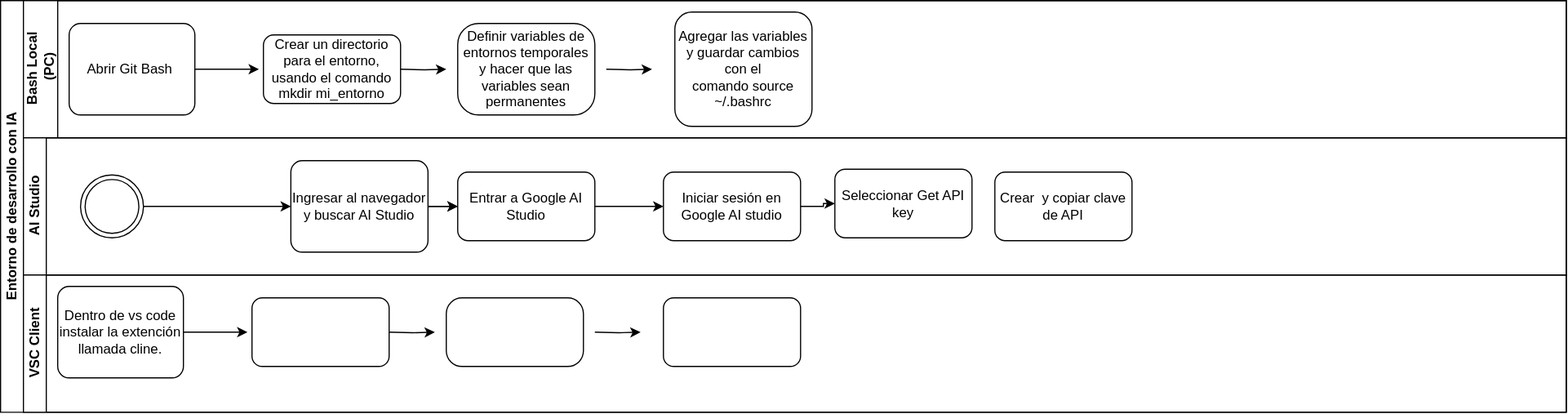
Before: systems_analysis/eva2/crear-env-vars-gitbash-windows.drawio.svg, a diagram exported from draw.io (cdvelop/aiep). Source tidied: cells renumbered, new cells last; positions are measured from the earlier drawing's top-left corner, leaving out a move shared by most shapes.
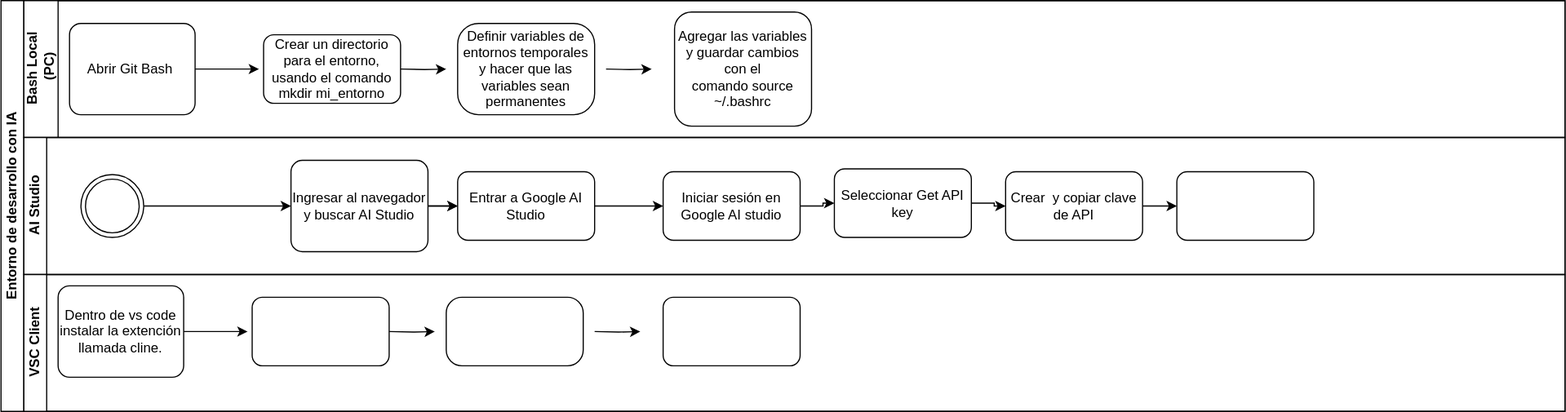
Above is the later version.

Change to the diagram source:
```diff
@@ -44,6 +44,9 @@
     <mxCell id="15" value="Iniciar sesión en Google AI studio" style="rounded=1;whiteSpace=wrap;html=1;" parent="8" vertex="1">
       <mxGeometry x="560" y="30" width="120" height="60" as="geometry" />
     </mxCell>
+    <mxCell id="31" style="edgeStyle=orthogonalEdgeStyle;rounded=0;jettySize=auto;html=1;entryX=0;entryY=0.5;entryDx=0;entryDy=0;" parent="8" edge="1" source="16" target="19">
+      <mxGeometry relative="1" as="geometry" />
+    </mxCell>
     <mxCell id="16" value="Seleccionar Get API key" style="rounded=1;whiteSpace=wrap;html=1;" parent="8" vertex="1">
       <mxGeometry x="710" y="27.5" width="120" height="60" as="geometry" />
     </mxCell>
@@ -53,9 +56,15 @@
     <mxCell id="18" style="ellipse;shape=doubleEllipse;whiteSpace=wrap;html=1;" parent="8" vertex="1">
       <mxGeometry x="50" y="32.5" width="55" height="55" as="geometry" />
     </mxCell>
+    <mxCell id="32" style="edgeStyle=orthogonalEdgeStyle;rounded=0;jettySize=auto;html=1;entryX=0;entryY=0.5;entryDx=0;entryDy=0;" parent="8" edge="1" source="19" target="33">
+      <mxGeometry relative="1" as="geometry" />
+    </mxCell>
     <mxCell id="19" value="Crear&amp;nbsp; y copiar clave de API" style="rounded=1;whiteSpace=wrap;html=1;" parent="8" vertex="1">
-      <mxGeometry x="850" y="30" width="120" height="60" as="geometry" />
+      <mxGeometry x="860" y="30" width="120" height="60" as="geometry" />
     </mxCell>
+    <mxCell id="33" style="rounded=1;whiteSpace=wrap;html=1;" parent="8" vertex="1">
+      <mxGeometry x="1010" y="30" width="120" height="60" as="geometry" />
+    </mxCell>
     <mxCell id="20" value="VSC Client" style="swimlane;html=1;startSize=20;horizontal=0;" parent="2" vertex="1">
       <mxGeometry x="20" y="240" width="1350" height="120" as="geometry" />
     </mxCell>
```
